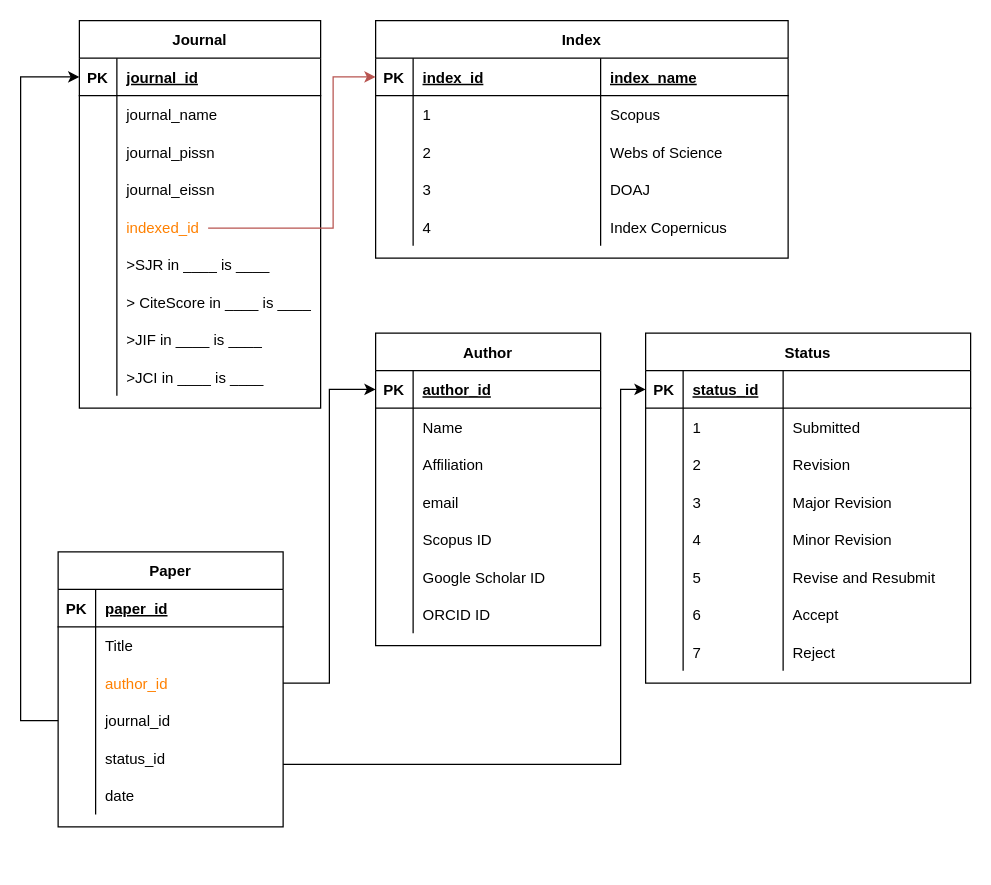
faisalmustafa/web_design keeps this draw.io diagram as page "Database" (3 of 4) of Submission Tracker.drawio. Above is the earlier version. Source tidied: cells renumbered, new cells numbered last; positions are measured from the earlier drawing's top-left corner, leaving out a move shared by most shapes. Both pictures are drawn from the tidied source at 125%, with x=0, y=0 at pixel (20, 20).
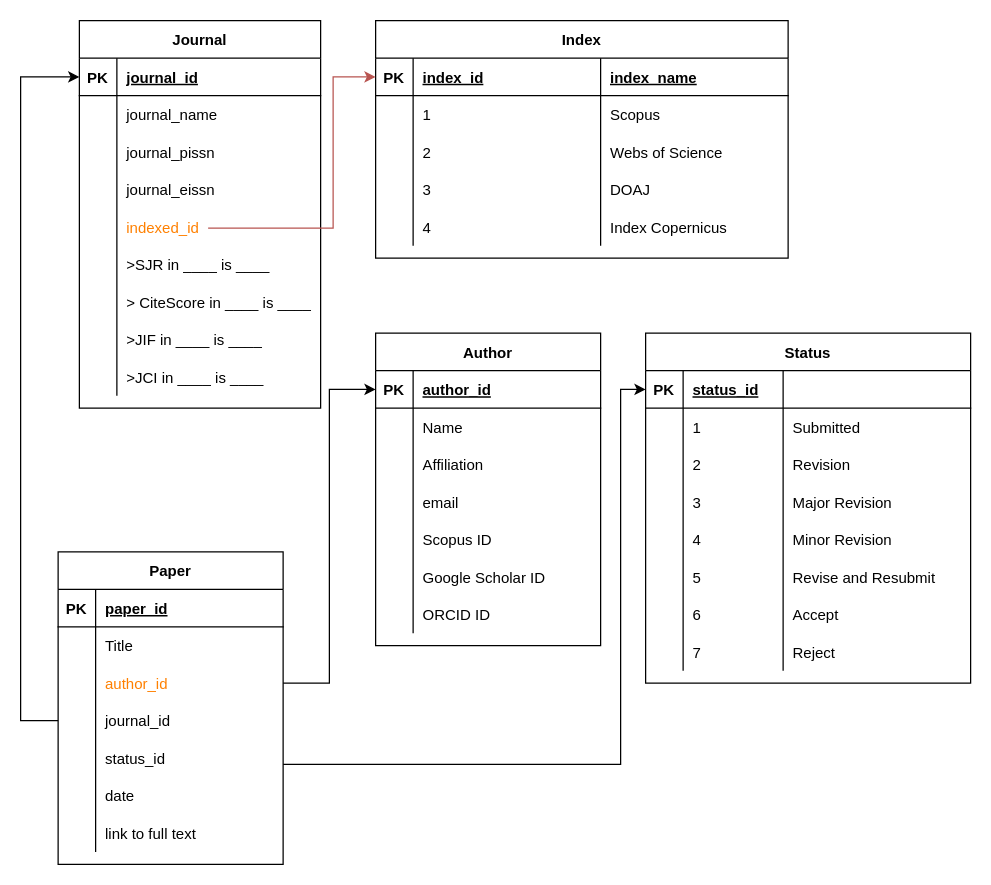
After the change.

Diff of the diagram source:
```diff
@@
     <mxCell id="107" value="Paper" style="shape=table;startSize=30;childLayout=tableLayout;rowLines=0;fontStyle=1;align=center;labelBorderColor=none;fontColor=#000000;" parent="1" vertex="1">
-      <mxGeometry x="30" y="425" width="180" height="220" as="geometry" />
+      <mxGeometry x="30" y="425" width="180" height="250" as="geometry" />
     </mxCell>
@@
+    <mxCell id="129" style="shape=tableRow;horizontal=0;startSize=0;swimlaneHead=0;swimlaneBody=0;fillColor=none;top=0;left=0;right=0;bottom=0;labelBorderColor=none;fontColor=#000000;" parent="107" vertex="1">
+      <mxGeometry y="210" width="180" height="30" as="geometry" />
+    </mxCell>
+    <mxCell id="130" style="shape=partialRectangle;fillColor=none;top=0;left=0;bottom=0;right=0;overflow=hidden;labelBorderColor=none;fontColor=#000000;startSize=0;" parent="129" vertex="1">
+      <mxGeometry width="30" height="30" as="geometry" />
+    </mxCell>
+    <mxCell id="131" value="link to full text" style="shape=partialRectangle;fillColor=none;top=0;left=0;bottom=0;right=0;align=left;spacingLeft=6;overflow=hidden;labelBorderColor=none;fontColor=#000000;startSize=0;" parent="129" vertex="1">
+      <mxGeometry x="30" width="150" height="30" as="geometry" />
+    </mxCell>
```
